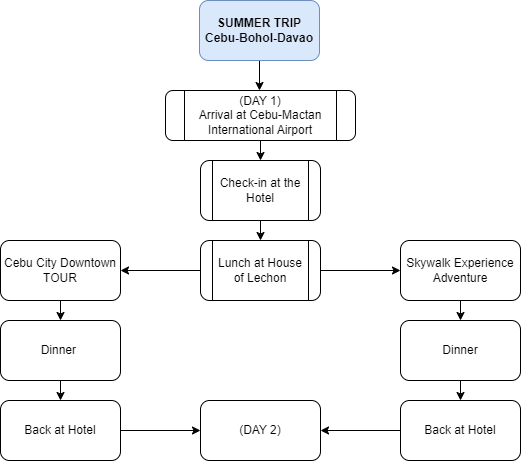
Before: itinerary.png, a diagram exported from draw.io (legaspinicole/CCINCOML_EXERCISES_COM23P). Source tidied: cells renumbered, new cells last; positions are measured from the earlier drawing's top-left corner, leaving out a move shared by most shapes.
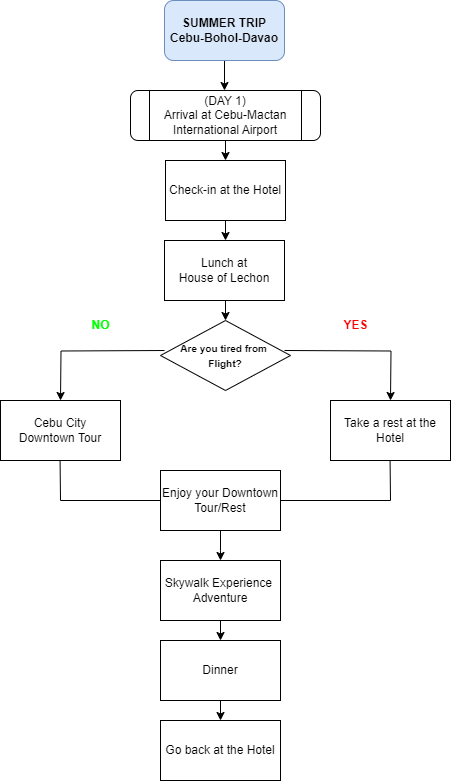
The same file after the commit.

The edit, as a diff of the source:
```diff
@@ -20,69 +20,99 @@
     <mxCell id="5" value="(DAY 1)&lt;br&gt;Arrival at Cebu-Mactan International Airport" style="shape=process;whiteSpace=wrap;html=1;backgroundOutline=1;rounded=1;" parent="1" vertex="1">
       <mxGeometry x="165" y="90" width="190" height="50" as="geometry" />
     </mxCell>
-    <mxCell id="6" style="edgeStyle=orthogonalEdgeStyle;rounded=0;jettySize=auto;html=1;" parent="1" edge="1" source="7">
+    <mxCell id="6" style="edgeStyle=orthogonalEdgeStyle;rounded=0;orthogonalLoop=1;jettySize=auto;html=1;" parent="1" edge="1">
       <mxGeometry relative="1" as="geometry">
+        <mxPoint x="260" y="220" as="sourcePoint" />
         <mxPoint x="260" y="240" as="targetPoint" />
       </mxGeometry>
     </mxCell>
+    <mxCell id="24" style="edgeStyle=orthogonalEdgeStyle;rounded=0;orthogonalLoop=1;jettySize=auto;html=1;" parent="1" edge="1">
+      <mxGeometry relative="1" as="geometry">
+        <mxPoint x="260" y="300" as="sourcePoint" />
+        <mxPoint x="260" y="320" as="targetPoint" />
+      </mxGeometry>
+    </mxCell>
+    <mxCell id="25" style="edgeStyle=orthogonalEdgeStyle;rounded=0;orthogonalLoop=1;jettySize=auto;html=1;" parent="1" edge="1">
+      <mxGeometry relative="1" as="geometry">
+        <mxPoint x="199" y="350" as="sourcePoint" />
+        <mxPoint x="95" y="400" as="targetPoint" />
+      </mxGeometry>
+    </mxCell>
+    <mxCell id="26" style="edgeStyle=orthogonalEdgeStyle;rounded=0;orthogonalLoop=1;jettySize=auto;html=1;" parent="1" edge="1">
+      <mxGeometry relative="1" as="geometry">
+        <mxPoint x="319" y="350" as="sourcePoint" />
+        <mxPoint x="425" y="400" as="targetPoint" />
+      </mxGeometry>
+    </mxCell>
+    <mxCell id="27" value="&lt;b&gt;&lt;font color=&quot;#00ff00&quot;&gt;NO&lt;/font&gt;&lt;/b&gt;" style="text;html=1;align=center;verticalAlign=middle;strokeColor=none;fillColor=none;" parent="1" vertex="1">
+      <mxGeometry x="115" y="310" width="40" height="30" as="geometry" />
+    </mxCell>
+    <mxCell id="28" value="&lt;b&gt;&lt;font color=&quot;#ff0000&quot;&gt;YES&lt;/font&gt;&lt;/b&gt;" style="text;html=1;align=center;verticalAlign=middle;strokeColor=none;fillColor=none;" parent="1" vertex="1">
+      <mxGeometry x="365" y="310" width="50" height="30" as="geometry" />
+    </mxCell>
+    <mxCell id="29" value="Cebu City &lt;br&gt;Downtown Tour" style="rounded=0;whiteSpace=wrap;html=1;" parent="1" vertex="1">
+      <mxGeometry x="35" y="400" width="120" height="60" as="geometry" />
+    </mxCell>
+    <mxCell id="30" value="Take a rest at the Hotel" style="rounded=0;whiteSpace=wrap;html=1;" parent="1" vertex="1">
+      <mxGeometry x="365" y="400" width="120" height="60" as="geometry" />
+    </mxCell>
+    <mxCell id="31" style="endArrow=none;html=1;rounded=0;" parent="1" edge="1">
+      <mxGeometry relative="1" as="geometry">
+        <mxPoint x="95" y="500" as="sourcePoint" />
+        <mxPoint x="94.6" y="460" as="targetPoint" />
+      </mxGeometry>
+    </mxCell>
+    <mxCell id="32" style="endArrow=none;html=1;rounded=0;entryX=0;entryY=0.5;entryDx=0;entryDy=0;" parent="1" edge="1" target="36">
+      <mxGeometry relative="1" as="geometry">
+        <mxPoint x="95" y="500" as="sourcePoint" />
+      </mxGeometry>
+    </mxCell>
+    <mxCell id="33" style="endArrow=none;html=1;rounded=0;" parent="1" edge="1">
+      <mxGeometry relative="1" as="geometry">
+        <mxPoint x="425" y="500" as="sourcePoint" />
+        <mxPoint x="424.6" y="460" as="targetPoint" />
+      </mxGeometry>
+    </mxCell>
+    <mxCell id="34" style="endArrow=none;html=1;rounded=0;exitX=1;exitY=0.5;exitDx=0;exitDy=0;" parent="1" edge="1" source="36">
+      <mxGeometry relative="1" as="geometry">
+        <mxPoint x="425" y="500" as="targetPoint" />
+      </mxGeometry>
+    </mxCell>
+    <mxCell id="35" style="edgeStyle=orthogonalEdgeStyle;rounded=0;jettySize=auto;html=1;" parent="1" edge="1" source="36">
+      <mxGeometry relative="1" as="geometry">
+        <mxPoint x="255" y="560" as="targetPoint" />
+      </mxGeometry>
+    </mxCell>
+    <mxCell id="36" value="Enjoy your Downtown Tour/Rest" style="rounded=0;whiteSpace=wrap;html=1;" parent="1" vertex="1">
+      <mxGeometry x="195" y="470" width="120" height="60" as="geometry" />
+    </mxCell>
+    <mxCell id="37" value="&lt;font style=&quot;font-size: 10px;&quot;&gt;&lt;b&gt;Are you tired from&amp;nbsp;&lt;br&gt;Flight?&lt;/b&gt;&lt;/font&gt;" style="rhombus;whiteSpace=wrap;html=1;" parent="1" vertex="1">
+      <mxGeometry x="195" y="320" width="130" height="70" as="geometry" />
+    </mxCell>
-    <mxCell id="7" value="Check-in at the Hotel" style="shape=process;whiteSpace=wrap;html=1;backgroundOutline=1;rounded=1;" parent="1" vertex="1">
+    <mxCell id="7" value="Check-in at the Hotel" style="rounded=0;whiteSpace=wrap;html=1;" parent="1" vertex="1">
       <mxGeometry x="200" y="160" width="120" height="60" as="geometry" />
     </mxCell>
-    <mxCell id="8" style="edgeStyle=orthogonalEdgeStyle;rounded=0;jettySize=auto;html=1;" parent="1" edge="1" source="10" target="12">
-      <mxGeometry relative="1" as="geometry" />
-    </mxCell>
-    <mxCell id="9" style="edgeStyle=orthogonalEdgeStyle;rounded=0;jettySize=auto;html=1;" parent="1" edge="1" source="10" target="14">
-      <mxGeometry relative="1" as="geometry" />
-    </mxCell>
-    <mxCell id="10" value="Lunch at&amp;nbsp;House of Lechon" style="shape=process;whiteSpace=wrap;html=1;backgroundOutline=1;rounded=1;" parent="1" vertex="1">
-      <mxGeometry x="200" y="240" width="120" height="60" as="geometry" />
+    <mxCell id="10" value="Lunch at &lt;br&gt;House of Lechon" style="rounded=0;whiteSpace=wrap;html=1;" parent="1" vertex="1">
+      <mxGeometry x="199" y="240" width="120" height="60" as="geometry" />
     </mxCell>
-    <mxCell id="11" style="edgeStyle=orthogonalEdgeStyle;rounded=0;jettySize=auto;html=1;" parent="1" edge="1" source="12">
-      <mxGeometry relative="1" as="geometry">
-        <mxPoint x="60" y="320" as="targetPoint" />
-      </mxGeometry>
-    </mxCell>
-    <mxCell id="12" value="Cebu City Downtown TOUR" style="rounded=1;whiteSpace=wrap;html=1;" parent="1" vertex="1">
-      <mxGeometry y="240" width="120" height="60" as="geometry" />
-    </mxCell>
-    <mxCell id="13" style="edgeStyle=orthogonalEdgeStyle;rounded=0;jettySize=auto;html=1;" parent="1" edge="1" source="14">
-      <mxGeometry relative="1" as="geometry">
-        <mxPoint x="460" y="320" as="targetPoint" />
-      </mxGeometry>
-    </mxCell>
+    <mxCell id="38" style="edgeStyle=orthogonalEdgeStyle;rounded=0;jettySize=auto;html=1;" parent="1" edge="1" source="14">
+      <mxGeometry relative="1" as="geometry">
+        <mxPoint x="255" y="640" as="targetPoint" />
+      </mxGeometry>
+    </mxCell>
-    <mxCell id="14" value="Skywalk Experience Adventure" style="rounded=1;whiteSpace=wrap;html=1;" parent="1" vertex="1">
-      <mxGeometry x="400" y="240" width="120" height="60" as="geometry" />
+    <mxCell id="14" value="Skywalk Experience&amp;nbsp;&lt;br&gt;Adventure" style="rounded=0;whiteSpace=wrap;html=1;" parent="1" vertex="1">
+      <mxGeometry x="195" y="560" width="120" height="60" as="geometry" />
     </mxCell>
-    <mxCell id="15" style="edgeStyle=orthogonalEdgeStyle;rounded=0;jettySize=auto;html=1;" parent="1" edge="1" source="16">
-      <mxGeometry relative="1" as="geometry">
-        <mxPoint x="60" y="400" as="targetPoint" />
-      </mxGeometry>
-    </mxCell>
-    <mxCell id="16" value="Dinner&amp;nbsp;" style="rounded=1;whiteSpace=wrap;html=1;" parent="1" vertex="1">
-      <mxGeometry y="320" width="120" height="60" as="geometry" />
-    </mxCell>
-    <mxCell id="17" style="edgeStyle=orthogonalEdgeStyle;rounded=0;jettySize=auto;html=1;" parent="1" edge="1" source="18" target="23">
-      <mxGeometry relative="1" as="geometry" />
-    </mxCell>
-    <mxCell id="18" value="Back at Hotel" style="rounded=1;whiteSpace=wrap;html=1;" parent="1" vertex="1">
-      <mxGeometry y="400" width="120" height="60" as="geometry" />
-    </mxCell>
-    <mxCell id="19" style="edgeStyle=orthogonalEdgeStyle;rounded=0;jettySize=auto;html=1;" parent="1" edge="1" source="20">
-      <mxGeometry relative="1" as="geometry">
-        <mxPoint x="460" y="400" as="targetPoint" />
-      </mxGeometry>
-    </mxCell>
-    <mxCell id="20" value="Dinner" style="rounded=1;whiteSpace=wrap;html=1;" parent="1" vertex="1">
-      <mxGeometry x="400" y="320" width="120" height="60" as="geometry" />
-    </mxCell>
-    <mxCell id="21" style="edgeStyle=orthogonalEdgeStyle;rounded=0;jettySize=auto;html=1;" parent="1" edge="1" source="22" target="23">
-      <mxGeometry relative="1" as="geometry" />
-    </mxCell>
-    <mxCell id="22" value="Back at Hotel" style="rounded=1;whiteSpace=wrap;html=1;" parent="1" vertex="1">
-      <mxGeometry x="400" y="400" width="120" height="60" as="geometry" />
-    </mxCell>
-    <mxCell id="23" value="(DAY 2)" style="rounded=1;whiteSpace=wrap;html=1;" parent="1" vertex="1">
-      <mxGeometry x="200" y="400" width="120" height="60" as="geometry" />
-    </mxCell>
+    <mxCell id="39" style="edgeStyle=orthogonalEdgeStyle;rounded=0;jettySize=auto;html=1;" parent="1" edge="1" source="40">
+      <mxGeometry relative="1" as="geometry">
+        <mxPoint x="255" y="720" as="targetPoint" />
+      </mxGeometry>
+    </mxCell>
+    <mxCell id="40" value="Dinner" style="rounded=0;whiteSpace=wrap;html=1;" parent="1" vertex="1">
+      <mxGeometry x="195" y="640" width="120" height="60" as="geometry" />
+    </mxCell>
+    <mxCell id="41" value="Go back at the Hotel" style="rounded=0;whiteSpace=wrap;html=1;" parent="1" vertex="1">
+      <mxGeometry x="195" y="720" width="120" height="60" as="geometry" />
+    </mxCell>
   </root>
 </mxGraphModel>
```
